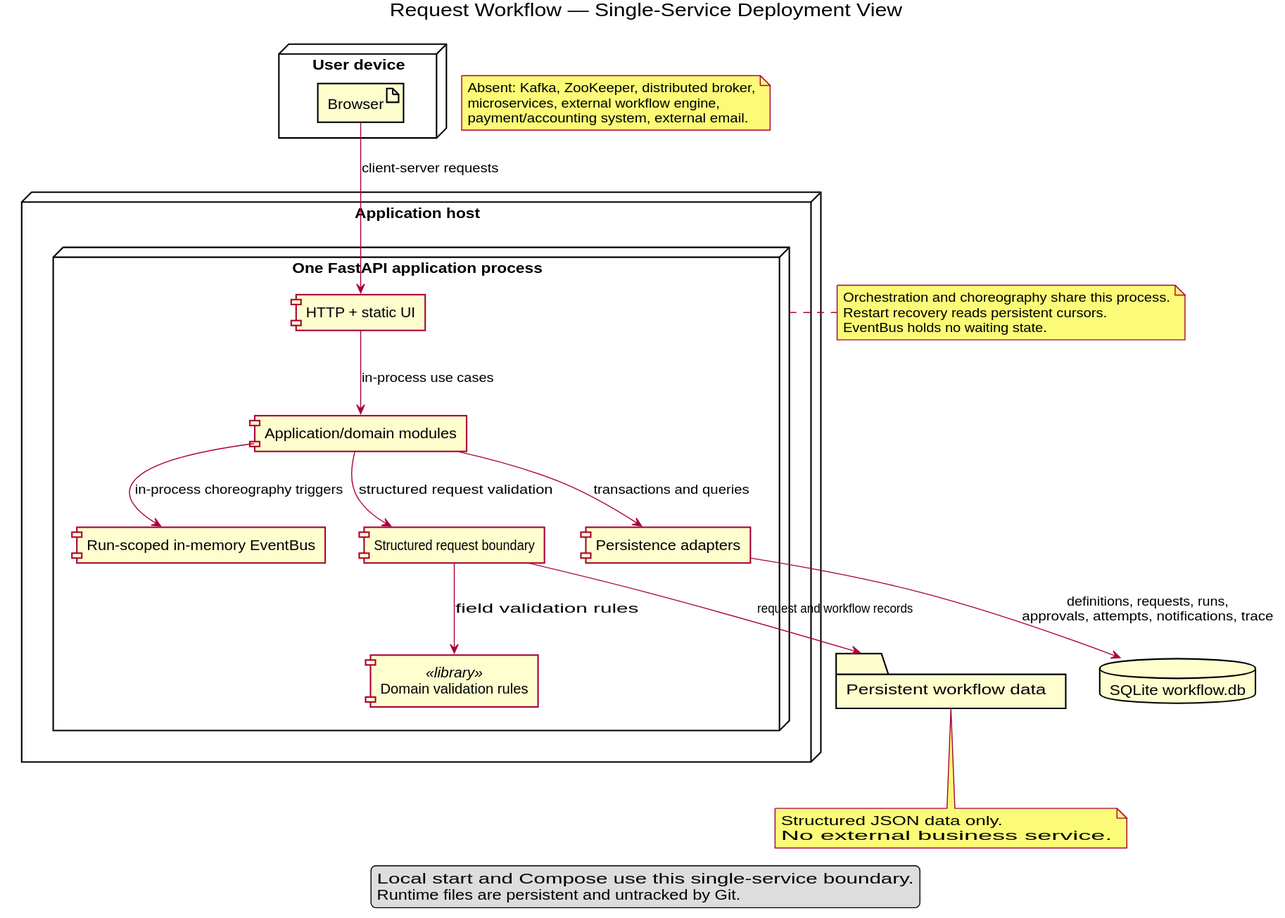
The PlantUML diagram docs/architecture/uml/rendered/deployment-view.svg in MAES1102/WMS, before a commit.
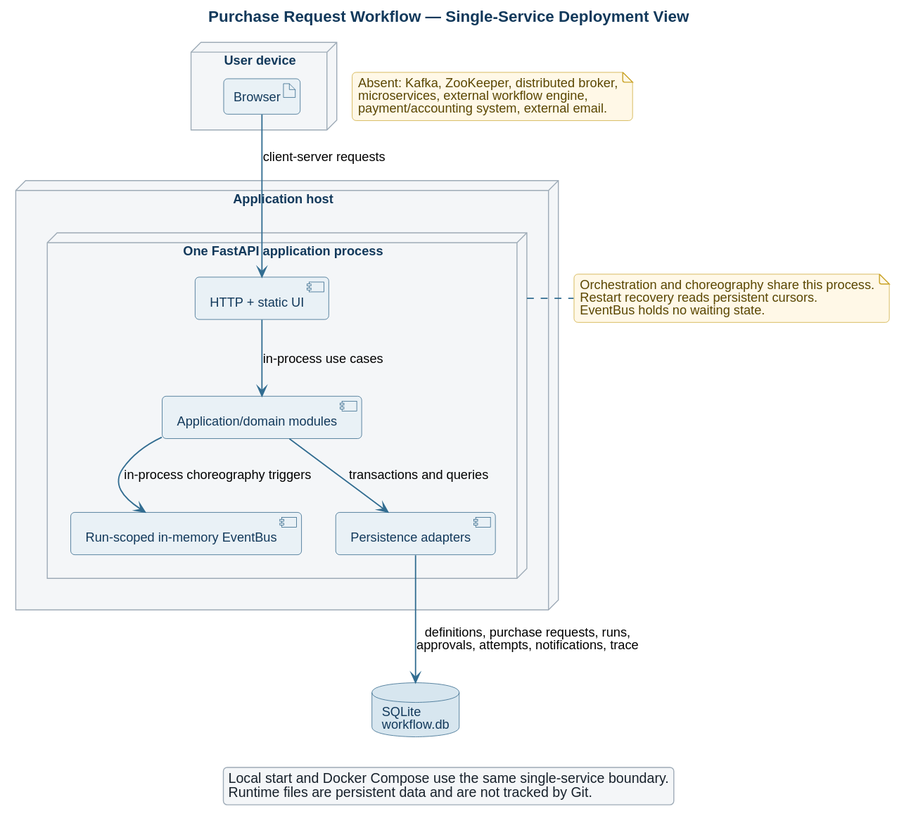
After the change.

The edit, as a diff of the source:
```diff
@@ -1,6 +1,45 @@
 @startuml
-title Request Workflow — Single-Service Deployment View
+title Purchase Request Workflow — Single-Service Deployment View
 skinparam shadowing false
+skinparam backgroundColor white
+skinparam defaultFontName Helvetica
+skinparam defaultFontSize 13
+skinparam roundcorner 8
+skinparam ArrowColor #326d91
+skinparam ArrowThickness 1.3
+skinparam titleFontColor #12395b
+skinparam titleFontSize 16
+skinparam titleFontStyle bold
+skinparam node {
+  BackgroundColor #f4f6f8
+  BorderColor #9eabb7
+  FontColor #12395b
+}
+skinparam component {
+  BackgroundColor #e9f1f6
+  BorderColor #1d567d
+  FontColor #12395b
+}
+skinparam artifact {
+  BackgroundColor #e9f1f6
+  BorderColor #1d567d
+  FontColor #12395b
+}
+skinparam database {
+  BackgroundColor #d7e6ef
+  BorderColor #1d567d
+  FontColor #12395b
+}
+skinparam note {
+  BackgroundColor #fff8e7
+  BorderColor #c9a227
+  FontColor #5a4600
+}
+skinparam legend {
+  BackgroundColor #f4f6f8
+  BorderColor #9eabb7
+  FontColor #17212b
+}
 
 node "User device" as Client {
   artifact "Browser" as Browser
@@ -12,22 +51,16 @@
     component "Application/domain modules" as Core
     component "Run-scoped in-memory EventBus" as EventBus
     component "Persistence adapters" as Persistence
-    component "Structured request boundary" as StructuredBoundary
-    component "Domain validation rules" as ValidationRules <<library>>
   }
 }
 
-database "SQLite workflow.db" as Database
-folder "Persistent workflow data" as Storage
+database "SQLite\nworkflow.db" as Database
 
 Browser --> HTTP : client-server requests
 HTTP --> Core : in-process use cases
 Core --> EventBus : in-process choreography triggers
 Core --> Persistence : transactions and queries
-Core --> StructuredBoundary : structured request validation
-Persistence --> Database : definitions, requests, runs,\napprovals, attempts, notifications, trace
-StructuredBoundary --> Storage : request and workflow records
-StructuredBoundary --> ValidationRules : field validation rules
+Persistence --> Database : definitions, purchase requests, runs,\napprovals, attempts, notifications, trace
 
 note right of App
 Orchestration and choreography share this process.
@@ -35,15 +68,10 @@
 EventBus holds no waiting state.
 end note
 
-note bottom of Storage
-Structured JSON data only.
-No external business service.
-end note
-
 note "Absent: Kafka, ZooKeeper, distributed broker,\nmicroservices, external workflow engine,\npayment/accounting system, external email." as Exclusions
 
 legend
-Local start and Compose use this single-service boundary.
-Runtime files are persistent and untracked by Git.
+Local start and Docker Compose use the same single-service boundary.
+Runtime files are persistent data and are not tracked by Git.
 endlegend
 @enduml
```
